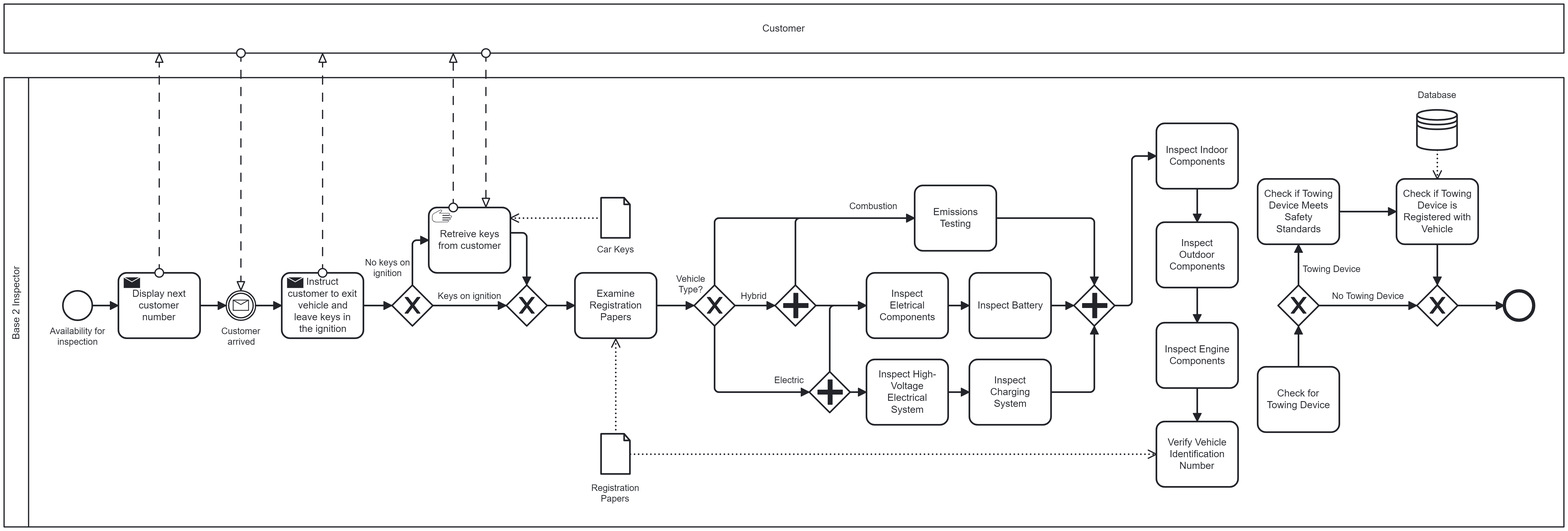
Earlier version of the BPMN export process_modeling/as_is_processes/sub_process_2/subprocesso_2.png (franciscoAbreuTecnico/Business-Process-Engineering-and-Technology). Its source is kept beside it as process_modeling/as_is_processes/sub_process_2/subprocesso_2.bpmn. Ids are renumbered.
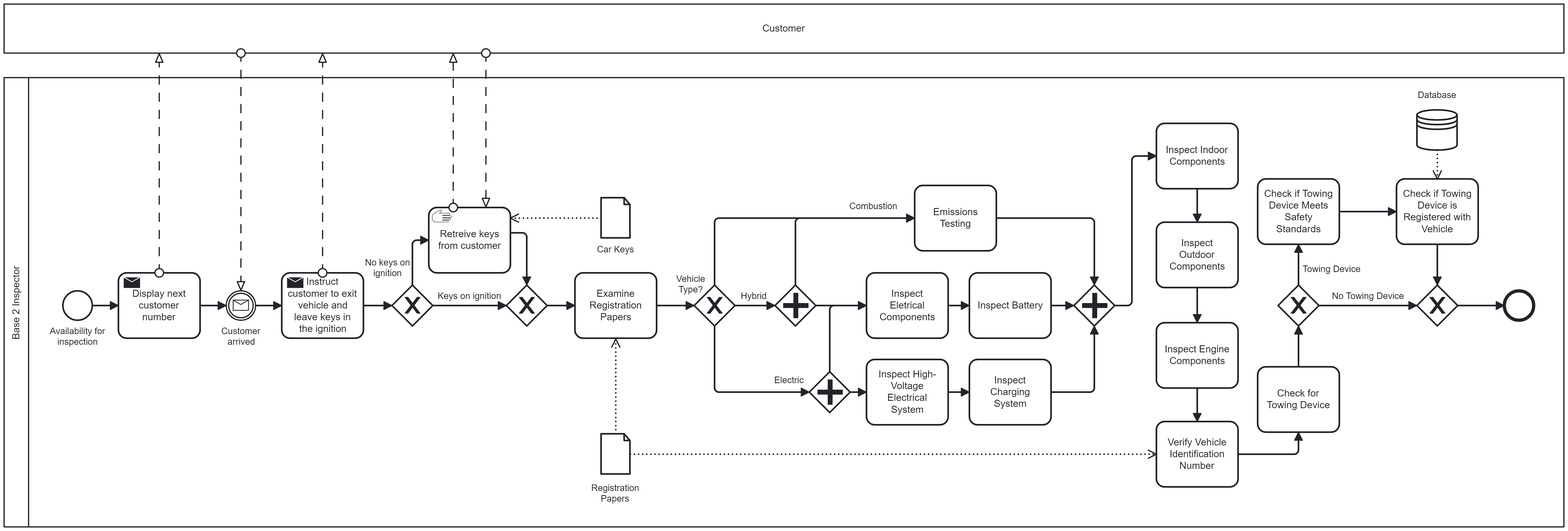
Later version of the same file.

What changed in the source:
```diff
@@ -91,6 +91,7 @@
       <bpmn:outgoing>Flow_n54</bpmn:outgoing>
     </bpmn:exclusiveGateway>
     <bpmn:task id="Activity_n57" name="Check for Towing Device">
+      <bpmn:incoming>Flow_n85</bpmn:incoming>
       <bpmn:outgoing>Flow_n56</bpmn:outgoing>
     </bpmn:task>
     <bpmn:task id="Activity_n58" name="Inspect Charging System">
@@ -123,6 +124,7 @@
     </bpmn:task>
     <bpmn:task id="Activity_n68" name="Verify Vehicle Identification Number">
       <bpmn:incoming>Flow_n69</bpmn:incoming>
+      <bpmn:outgoing>Flow_n85</bpmn:outgoing>
       <bpmn:property id="Property_n70" name="__targetRef_placeholder" />
       <bpmn:dataInputAssociation id="DataInputAssociation_n71">
         <bpmn:sourceRef>DataObjectReference_n37</bpmn:sourceRef>
@@ -183,6 +185,7 @@
       <bpmn:incoming>Flow_n66</bpmn:incoming>
       <bpmn:outgoing>Flow_n77</bpmn:outgoing>
     </bpmn:parallelGateway>
+    <bpmn:sequenceFlow id="Flow_n85" sourceRef="Activity_n68" targetRef="Activity_n57" />
   </bpmn:process>
   <bpmndi:BPMNDiagram id="BPMNDiagram_1">
     <bpmndi:BPMNPlane id="BPMNPlane_1" bpmnElement="Collaboration_n2">
@@ -466,6 +469,11 @@
         <di:waypoint x="1651" y="336" />
         <di:waypoint x="1651" y="377" />
       </bpmndi:BPMNEdge>
+      <bpmndi:BPMNEdge id="Flow_n85_di" bpmnElement="Flow_n85">
+        <di:waypoint x="1701" y="661" />
+        <di:waypoint x="1775" y="661" />
+        <di:waypoint x="1775" y="634" />
+      </bpmndi:BPMNEdge>
       <bpmndi:BPMNShape id="Participant_n5_di" bpmnElement="Participant_n5" isHorizontal="true">
         <dc:Bounds x="190" y="110" width="1910" height="60" />
         <bpmndi:BPMNLabel />
```
